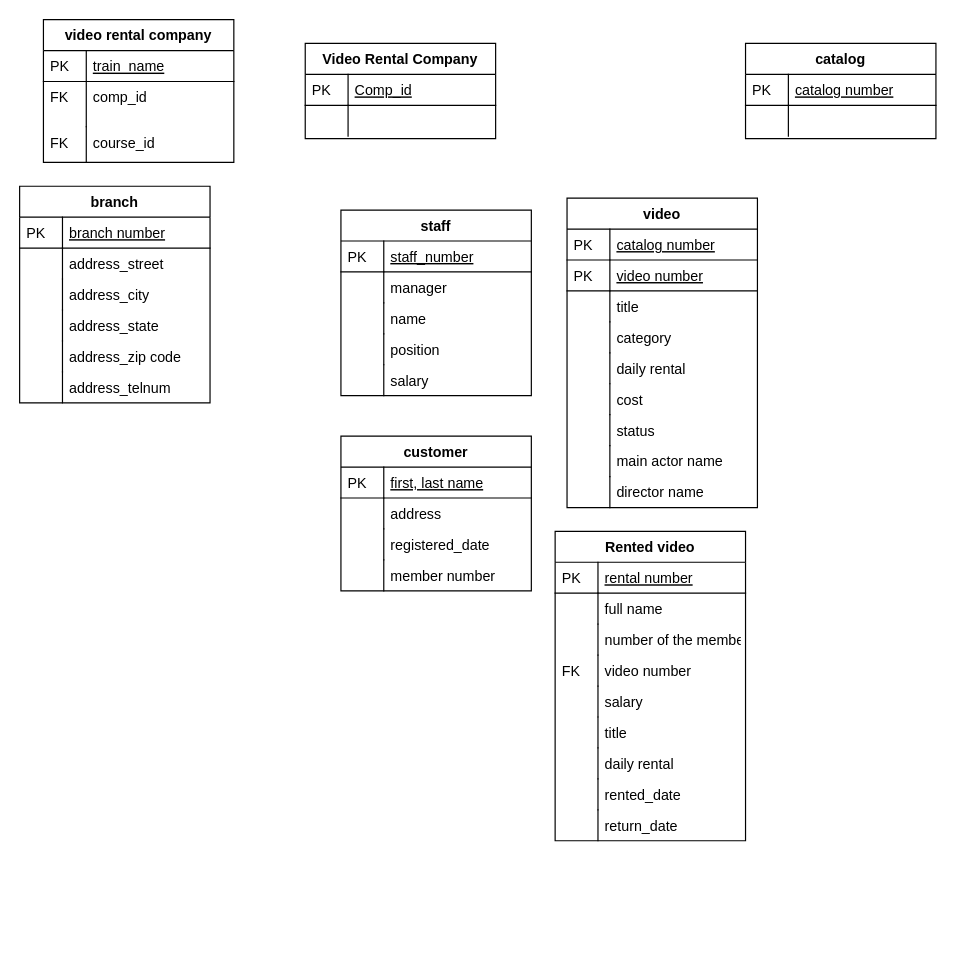
Earlier version of the draw.io diagram 5.drawio (ssd32033/Dteam). Source tidied: cells renumbered, new cells numbered last; positions are measured from the earlier drawing's top-left corner, leaving out a move shared by most shapes. Both pictures are drawn from the tidied source at 119%, with x=0, y=0 at pixel (19, 19).
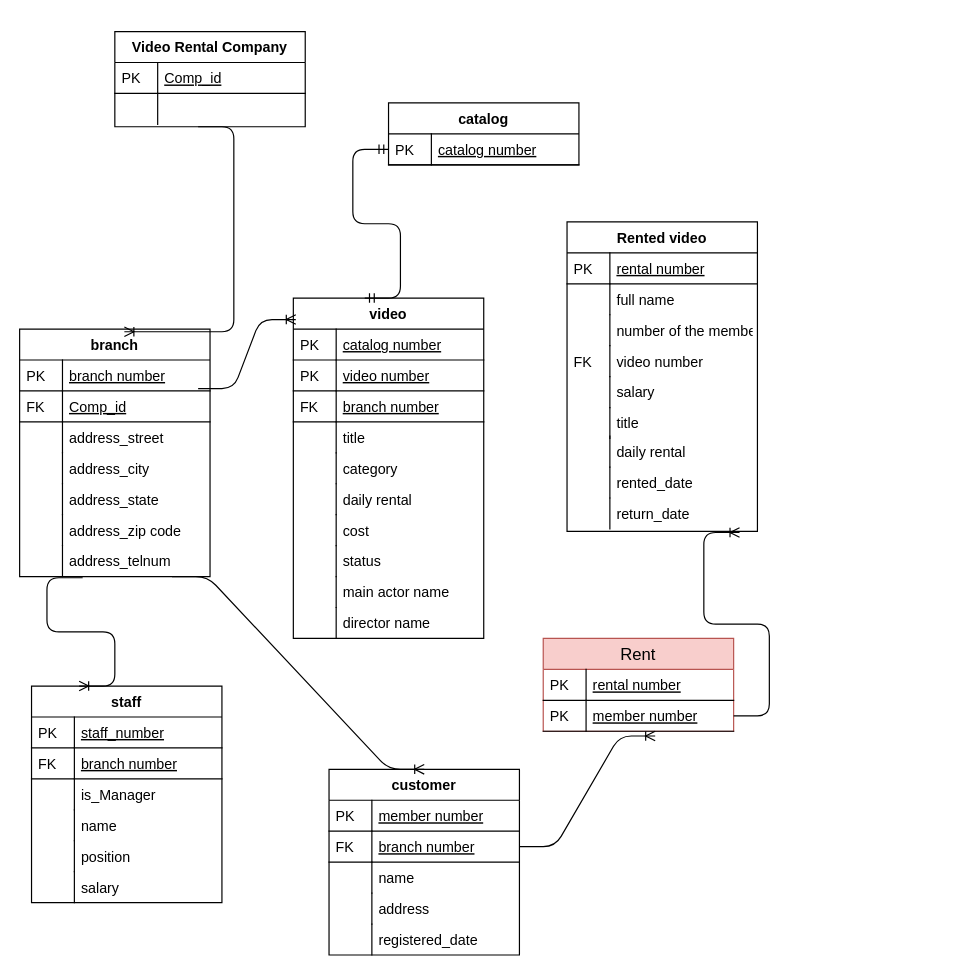
The same page after the edit.

The change refers to these unchanged cells:
```xml
<mxCell id="58" value="catalog number" style="shape=partialRectangle;top=0;left=0;right=0;bottom=1;align=left;verticalAlign=top;fillColor=none;spacingLeft=40;spacingRight=4;overflow=hidden;points=[[0,0.5],[1,0.5]];portConstraint=eastwest;rounded=0;shadow=0;strokeWidth=1;fontStyle=4;" parent="57" vertex="1">
  <mxGeometry y="26" width="160" height="26" as="geometry" />
</mxCell>
```

The edit, as a diff of the source:
```diff
@@
     <mxCell id="2" value="branch" style="swimlane;fontStyle=1;horizontal=1;startSize=26;rounded=0;shadow=0;strokeWidth=1;" parent="1" vertex="1">
-      <mxGeometry y="140" width="160" height="182" as="geometry" />
+      <mxGeometry y="260" width="160" height="208" as="geometry" />
     </mxCell>
@@
+    <mxCell id="90" value="Comp_id" style="shape=partialRectangle;top=0;left=0;right=0;bottom=1;align=left;verticalAlign=top;fillColor=none;spacingLeft=40;spacingRight=4;overflow=hidden;rounded=0;shadow=0;strokeWidth=1;fontStyle=4;" parent="2" vertex="1">
+      <mxGeometry y="52" width="160" height="26" as="geometry" />
+    </mxCell>
+    <mxCell id="91" value="FK" style="shape=partialRectangle;top=0;left=0;bottom=0;fillColor=none;align=left;verticalAlign=top;spacingLeft=4;spacingRight=4;overflow=hidden;" parent="90" vertex="1">
+      <mxGeometry width="36" height="26" as="geometry" />
+    </mxCell>
     <mxCell id="5" value="address_street&#10;&#10;&#10;" style="shape=partialRectangle;top=0;left=0;right=0;bottom=0;align=left;verticalAlign=top;fillColor=none;spacingLeft=40;spacingRight=4;overflow=hidden;rounded=0;shadow=0;strokeWidth=1;" parent="2" vertex="1">
-      <mxGeometry y="52" width="160" height="26" as="geometry" />
+      <mxGeometry y="78" width="160" height="26" as="geometry" />
     </mxCell>
@@
     <mxCell id="7" value="address_city" style="shape=partialRectangle;top=0;left=0;right=0;bottom=0;align=left;verticalAlign=top;fillColor=none;spacingLeft=40;spacingRight=4;overflow=hidden;rounded=0;shadow=0;strokeWidth=1;" parent="2" vertex="1">
-      <mxGeometry y="78" width="160" height="26" as="geometry" />
+      <mxGeometry y="104" width="160" height="26" as="geometry" />
     </mxCell>
@@
     <mxCell id="9" value="address_state" style="shape=partialRectangle;top=0;left=0;right=0;bottom=0;align=left;verticalAlign=top;fillColor=none;spacingLeft=40;spacingRight=4;overflow=hidden;rounded=0;shadow=0;strokeWidth=1;" parent="2" vertex="1">
-      <mxGeometry y="104" width="160" height="26" as="geometry" />
+      <mxGeometry y="130" width="160" height="26" as="geometry" />
     </mxCell>
@@
     <mxCell id="11" value="address_zip code" style="shape=partialRectangle;top=0;left=0;right=0;bottom=0;align=left;verticalAlign=top;fillColor=none;spacingLeft=40;spacingRight=4;overflow=hidden;rounded=0;shadow=0;strokeWidth=1;" parent="2" vertex="1">
-      <mxGeometry y="130" width="160" height="26" as="geometry" />
+      <mxGeometry y="156" width="160" height="26" as="geometry" />
     </mxCell>
@@
     <mxCell id="13" value="address_telnum" style="shape=partialRectangle;top=0;left=0;right=0;bottom=0;align=left;verticalAlign=top;fillColor=none;spacingLeft=40;spacingRight=4;overflow=hidden;points=[[0,0.5],[1,0.5]];portConstraint=eastwest;rounded=0;shadow=0;strokeWidth=1;" parent="2" vertex="1">
-      <mxGeometry y="156" width="160" height="26" as="geometry" />
+      <mxGeometry y="182" width="160" height="26" as="geometry" />
     </mxCell>
@@
     <mxCell id="15" value="Video Rental Company" style="swimlane;fontStyle=1;horizontal=1;startSize=26;rounded=0;shadow=0;strokeWidth=1;" parent="1" vertex="1">
-      <mxGeometry x="240" y="20" width="160" height="80" as="geometry" />
+      <mxGeometry x="80" y="10" width="160" height="80" as="geometry" />
     </mxCell>
@@
+    <mxCell id="92" style="edgeStyle=entityRelationEdgeStyle;fontSize=12;html=1;endArrow=ERoneToMany;entryX=0.55;entryY=0.011;entryDx=0;entryDy=0;entryPerimeter=0;" parent="15" edge="1" target="2">
+      <mxGeometry relative="1" as="geometry">
+        <mxPoint x="70" y="80" as="sourcePoint" />
+      </mxGeometry>
+    </mxCell>
@@
     <mxCell id="20" value="staff" style="swimlane;fontStyle=1;horizontal=1;startSize=26;rounded=0;shadow=0;strokeWidth=1;" parent="1" vertex="1">
-      <mxGeometry x="270" y="160" width="160" height="156" as="geometry" />
+      <mxGeometry x="10" y="560" width="160" height="182" as="geometry" />
     </mxCell>
@@
-    <mxCell id="23" value="manager" style="shape=partialRectangle;top=0;left=0;right=0;bottom=0;align=left;verticalAlign=top;fillColor=none;spacingLeft=40;spacingRight=4;overflow=hidden;rounded=0;shadow=0;strokeWidth=1;" parent="20" vertex="1">
-      <mxGeometry y="52" width="160" height="26" as="geometry" />
-    </mxCell>
-    <mxCell id="24" style="shape=partialRectangle;top=0;left=0;bottom=0;fillColor=none;align=left;verticalAlign=top;spacingLeft=4;spacingRight=4;overflow=hidden;" parent="23" vertex="1">
-      <mxGeometry width="36" height="26" as="geometry" />
-    </mxCell>
+    <mxCell id="93" value="branch number" style="shape=partialRectangle;top=0;left=0;right=0;bottom=1;align=left;verticalAlign=top;fillColor=none;spacingLeft=40;spacingRight=4;overflow=hidden;rounded=0;shadow=0;strokeWidth=1;fontStyle=4;" parent="20" vertex="1">
+      <mxGeometry y="52" width="160" height="26" as="geometry" />
+    </mxCell>
+    <mxCell id="94" value="FK" style="shape=partialRectangle;top=0;left=0;bottom=0;fillColor=none;align=left;verticalAlign=top;spacingLeft=4;spacingRight=4;overflow=hidden;" parent="93" vertex="1">
+      <mxGeometry width="36" height="26" as="geometry" />
+    </mxCell>
+    <mxCell id="95" value="is_Manager" style="shape=partialRectangle;top=0;left=0;right=0;bottom=0;align=left;verticalAlign=top;fillColor=none;spacingLeft=40;spacingRight=4;overflow=hidden;rounded=0;shadow=0;strokeWidth=1;" parent="20" vertex="1">
+      <mxGeometry y="78" width="160" height="26" as="geometry" />
+    </mxCell>
+    <mxCell id="96" style="shape=partialRectangle;top=0;left=0;bottom=0;fillColor=none;align=left;verticalAlign=top;spacingLeft=4;spacingRight=4;overflow=hidden;" parent="95" vertex="1">
+      <mxGeometry width="36" height="26" as="geometry" />
+    </mxCell>
     <mxCell id="25" value="name" style="shape=partialRectangle;top=0;left=0;right=0;bottom=0;align=left;verticalAlign=top;fillColor=none;spacingLeft=40;spacingRight=4;overflow=hidden;rounded=0;shadow=0;strokeWidth=1;" parent="20" vertex="1">
-      <mxGeometry y="78" width="160" height="26" as="geometry" />
+      <mxGeometry y="104" width="160" height="26" as="geometry" />
     </mxCell>
@@
     <mxCell id="27" value="position" style="shape=partialRectangle;top=0;left=0;right=0;bottom=0;align=left;verticalAlign=top;fillColor=none;spacingLeft=40;spacingRight=4;overflow=hidden;rounded=0;shadow=0;strokeWidth=1;" parent="20" vertex="1">
-      <mxGeometry y="104" width="160" height="26" as="geometry" />
+      <mxGeometry y="130" width="160" height="26" as="geometry" />
     </mxCell>
@@
     <mxCell id="29" value="salary" style="shape=partialRectangle;top=0;left=0;right=0;bottom=0;align=left;verticalAlign=top;fillColor=none;spacingLeft=40;spacingRight=4;overflow=hidden;rounded=0;shadow=0;strokeWidth=1;" parent="20" vertex="1">
-      <mxGeometry y="130" width="160" height="26" as="geometry" />
+      <mxGeometry y="156" width="160" height="26" as="geometry" />
     </mxCell>
@@
-    <mxCell id="31" value="video rental company" style="swimlane;fontStyle=1;horizontal=1;startSize=26;rounded=0;shadow=0;strokeWidth=1;" parent="1" vertex="1">
-      <mxGeometry x="20" width="160" height="120" as="geometry" />
-    </mxCell>
-    <mxCell id="32" value="train_name" style="shape=partialRectangle;top=0;left=0;right=0;bottom=1;align=left;verticalAlign=top;fillColor=none;spacingLeft=40;spacingRight=4;overflow=hidden;rounded=0;shadow=0;strokeWidth=1;fontStyle=4;" parent="31" vertex="1">
-      <mxGeometry y="26" width="160" height="26" as="geometry" />
-    </mxCell>
-    <mxCell id="33" value="PK" style="shape=partialRectangle;top=0;left=0;bottom=0;fillColor=none;align=left;verticalAlign=top;spacingLeft=4;spacingRight=4;overflow=hidden;" parent="32" vertex="1">
-      <mxGeometry width="36" height="26" as="geometry" />
-    </mxCell>
-    <mxCell id="34" value="comp_id" style="shape=partialRectangle;top=0;left=0;right=0;bottom=0;align=left;verticalAlign=top;fillColor=none;spacingLeft=40;spacingRight=4;overflow=hidden;rounded=0;shadow=0;strokeWidth=1;" parent="31" vertex="1">
-      <mxGeometry y="52" width="160" height="38" as="geometry" />
-    </mxCell>
-    <mxCell id="35" value="FK" style="shape=partialRectangle;top=0;left=0;bottom=0;fillColor=none;align=left;verticalAlign=top;spacingLeft=4;spacingRight=4;overflow=hidden;" parent="34" vertex="1">
-      <mxGeometry width="36" height="38" as="geometry" />
-    </mxCell>
-    <mxCell id="36" value="course_id" style="shape=partialRectangle;top=0;left=0;right=0;bottom=0;align=left;verticalAlign=top;fillColor=none;spacingLeft=40;spacingRight=4;overflow=hidden;rounded=0;shadow=0;strokeWidth=1;" parent="31" vertex="1">
-      <mxGeometry y="90" width="160" height="30" as="geometry" />
-    </mxCell>
-    <mxCell id="37" value="FK" style="shape=partialRectangle;top=0;left=0;bottom=0;fillColor=none;align=left;verticalAlign=top;spacingLeft=4;spacingRight=4;overflow=hidden;" parent="36" vertex="1">
-      <mxGeometry width="36" height="30" as="geometry" />
-    </mxCell>
     <mxCell id="38" value="video" style="swimlane;fontStyle=1;horizontal=1;startSize=26;rounded=0;shadow=0;strokeWidth=1;" parent="1" vertex="1">
-      <mxGeometry x="460" y="150" width="160" height="260" as="geometry" />
+      <mxGeometry x="230" y="234" width="160" height="286" as="geometry" />
     </mxCell>
@@
+    <mxCell id="97" value="branch number" style="shape=partialRectangle;top=0;left=0;right=0;bottom=1;align=left;verticalAlign=top;fillColor=none;spacingLeft=40;spacingRight=4;overflow=hidden;rounded=0;shadow=0;strokeWidth=1;fontStyle=4;" parent="38" vertex="1">
+      <mxGeometry y="78" width="160" height="26" as="geometry" />
+    </mxCell>
+    <mxCell id="98" value="FK" style="shape=partialRectangle;top=0;left=0;bottom=0;fillColor=none;align=left;verticalAlign=top;spacingLeft=4;spacingRight=4;overflow=hidden;" parent="97" vertex="1">
+      <mxGeometry width="36" height="26" as="geometry" />
+    </mxCell>
     <mxCell id="43" value="title" style="shape=partialRectangle;top=0;left=0;right=0;bottom=0;align=left;verticalAlign=top;fillColor=none;spacingLeft=40;spacingRight=4;overflow=hidden;rounded=0;shadow=0;strokeWidth=1;" parent="38" vertex="1">
-      <mxGeometry y="78" width="160" height="26" as="geometry" />
+      <mxGeometry y="104" width="160" height="26" as="geometry" />
     </mxCell>
@@
     <mxCell id="45" value="category" style="shape=partialRectangle;top=0;left=0;right=0;bottom=0;align=left;verticalAlign=top;fillColor=none;spacingLeft=40;spacingRight=4;overflow=hidden;rounded=0;shadow=0;strokeWidth=1;" parent="38" vertex="1">
-      <mxGeometry y="104" width="160" height="26" as="geometry" />
+      <mxGeometry y="130" width="160" height="26" as="geometry" />
     </mxCell>
@@
     <mxCell id="47" value="daily rental" style="shape=partialRectangle;top=0;left=0;right=0;bottom=0;align=left;verticalAlign=top;fillColor=none;spacingLeft=40;spacingRight=4;overflow=hidden;rounded=0;shadow=0;strokeWidth=1;" parent="38" vertex="1">
-      <mxGeometry y="130" width="160" height="26" as="geometry" />
+      <mxGeometry y="156" width="160" height="26" as="geometry" />
     </mxCell>
@@
     <mxCell id="49" value="cost" style="shape=partialRectangle;top=0;left=0;right=0;bottom=0;align=left;verticalAlign=top;fillColor=none;spacingLeft=40;spacingRight=4;overflow=hidden;rounded=0;shadow=0;strokeWidth=1;" parent="38" vertex="1">
-      <mxGeometry y="156" width="160" height="26" as="geometry" />
+      <mxGeometry y="182" width="160" height="26" as="geometry" />
     </mxCell>
@@
-    <mxCell id="51" value="status " style="shape=partialRectangle;top=0;left=0;right=0;bottom=0;align=left;verticalAlign=top;fillColor=none;spacingLeft=40;spacingRight=4;overflow=hidden;rounded=0;shadow=0;strokeWidth=1;" parent="38" vertex="1">
-      <mxGeometry y="182" width="160" height="26" as="geometry" />
+    <mxCell id="51" value="status" style="shape=partialRectangle;top=0;left=0;right=0;bottom=0;align=left;verticalAlign=top;fillColor=none;spacingLeft=40;spacingRight=4;overflow=hidden;rounded=0;shadow=0;strokeWidth=1;" parent="38" vertex="1">
+      <mxGeometry y="208" width="160" height="26" as="geometry" />
     </mxCell>
@@
     <mxCell id="53" value="main actor name" style="shape=partialRectangle;top=0;left=0;right=0;bottom=0;align=left;verticalAlign=top;fillColor=none;spacingLeft=40;spacingRight=4;overflow=hidden;rounded=0;shadow=0;strokeWidth=1;" parent="38" vertex="1">
-      <mxGeometry y="208" width="160" height="26" as="geometry" />
+      <mxGeometry y="234" width="160" height="26" as="geometry" />
     </mxCell>
@@
     <mxCell id="55" value="director name" style="shape=partialRectangle;top=0;left=0;right=0;bottom=0;align=left;verticalAlign=top;fillColor=none;spacingLeft=40;spacingRight=4;overflow=hidden;rounded=0;shadow=0;strokeWidth=1;" parent="38" vertex="1">
-      <mxGeometry y="234" width="160" height="26" as="geometry" />
+      <mxGeometry y="260" width="160" height="26" as="geometry" />
     </mxCell>
@@
     <mxCell id="57" value="catalog" style="swimlane;fontStyle=1;horizontal=1;startSize=26;rounded=0;shadow=0;strokeWidth=1;" parent="1" vertex="1">
-      <mxGeometry x="610" y="20" width="160" height="80" as="geometry" />
+      <mxGeometry x="310" y="70" width="160" height="52" as="geometry" />
     </mxCell>
@@
-    <mxCell id="60" style="shape=partialRectangle;top=0;left=0;right=0;bottom=0;align=left;verticalAlign=top;fillColor=none;spacingLeft=40;spacingRight=4;overflow=hidden;rounded=0;shadow=0;strokeWidth=1;" parent="57" vertex="1">
-      <mxGeometry y="52" width="160" height="26" as="geometry" />
-    </mxCell>
-    <mxCell id="61" style="shape=partialRectangle;top=0;left=0;bottom=0;fillColor=none;align=left;verticalAlign=top;spacingLeft=4;spacingRight=4;overflow=hidden;" parent="60" vertex="1">
-      <mxGeometry width="36" height="26" as="geometry" />
-    </mxCell>
     <mxCell id="62" value="customer" style="swimlane;fontStyle=1;horizontal=1;startSize=26;rounded=0;shadow=0;strokeWidth=1;" parent="1" vertex="1">
-      <mxGeometry x="270" y="350" width="160" height="130" as="geometry" />
+      <mxGeometry x="260" y="630" width="160" height="156" as="geometry" />
     </mxCell>
-    <mxCell id="63" value="first, last name" style="shape=partialRectangle;top=0;left=0;right=0;bottom=1;align=left;verticalAlign=top;fillColor=none;spacingLeft=40;spacingRight=4;overflow=hidden;rounded=0;shadow=0;strokeWidth=1;fontStyle=4;" parent="62" vertex="1">
+    <mxCell id="63" value="member number" style="shape=partialRectangle;top=0;left=0;right=0;bottom=1;align=left;verticalAlign=top;fillColor=none;spacingLeft=40;spacingRight=4;overflow=hidden;rounded=0;shadow=0;strokeWidth=1;fontStyle=4;" parent="62" vertex="1">
       <mxGeometry y="26" width="160" height="26" as="geometry" />
     </mxCell>
@@
+    <mxCell id="99" value="branch number" style="shape=partialRectangle;top=0;left=0;right=0;bottom=1;align=left;verticalAlign=top;fillColor=none;spacingLeft=40;spacingRight=4;overflow=hidden;points=[[0,0.5],[1,0.5]];portConstraint=eastwest;rounded=0;shadow=0;strokeWidth=1;fontStyle=4;" parent="62" vertex="1">
+      <mxGeometry y="52" width="160" height="26" as="geometry" />
+    </mxCell>
+    <mxCell id="100" value="FK" style="shape=partialRectangle;top=0;left=0;bottom=0;fillColor=none;align=left;verticalAlign=top;spacingLeft=4;spacingRight=4;overflow=hidden;" parent="99" vertex="1">
+      <mxGeometry width="36" height="26" as="geometry" />
+    </mxCell>
+    <mxCell id="69" value="name" style="shape=partialRectangle;top=0;left=0;right=0;bottom=0;align=left;verticalAlign=top;fillColor=none;spacingLeft=40;spacingRight=4;overflow=hidden;rounded=0;shadow=0;strokeWidth=1;" parent="62" vertex="1">
+      <mxGeometry y="78" width="160" height="26" as="geometry" />
+    </mxCell>
+    <mxCell id="70" style="shape=partialRectangle;top=0;left=0;bottom=0;fillColor=none;align=left;verticalAlign=top;spacingLeft=4;spacingRight=4;overflow=hidden;" parent="69" vertex="1">
+      <mxGeometry width="36" height="26" as="geometry" />
+    </mxCell>
     <mxCell id="65" value="address" style="shape=partialRectangle;top=0;left=0;right=0;bottom=0;align=left;verticalAlign=top;fillColor=none;spacingLeft=40;spacingRight=4;overflow=hidden;rounded=0;shadow=0;strokeWidth=1;" parent="62" vertex="1">
-      <mxGeometry y="52" width="160" height="26" as="geometry" />
+      <mxGeometry y="104" width="160" height="26" as="geometry" />
     </mxCell>
@@
     <mxCell id="67" value="registered_date" style="shape=partialRectangle;top=0;left=0;right=0;bottom=0;align=left;verticalAlign=top;fillColor=none;spacingLeft=40;spacingRight=4;overflow=hidden;rounded=0;shadow=0;strokeWidth=1;" parent="62" vertex="1">
-      <mxGeometry y="78" width="160" height="26" as="geometry" />
+      <mxGeometry y="130" width="160" height="26" as="geometry" />
     </mxCell>
@@
-    <mxCell id="69" value="member number" style="shape=partialRectangle;top=0;left=0;right=0;bottom=0;align=left;verticalAlign=top;fillColor=none;spacingLeft=40;spacingRight=4;overflow=hidden;rounded=0;shadow=0;strokeWidth=1;" parent="62" vertex="1">
-      <mxGeometry y="104" width="160" height="26" as="geometry" />
-    </mxCell>
-    <mxCell id="70" style="shape=partialRectangle;top=0;left=0;bottom=0;fillColor=none;align=left;verticalAlign=top;spacingLeft=4;spacingRight=4;overflow=hidden;" parent="69" vertex="1">
-      <mxGeometry width="36" height="26" as="geometry" />
-    </mxCell>
     <mxCell id="71" value="Rented  video" style="swimlane;fontStyle=1;horizontal=1;startSize=26;rounded=0;shadow=0;strokeWidth=1;" parent="1" vertex="1">
-      <mxGeometry x="450" y="430" width="160" height="260" as="geometry" />
+      <mxGeometry x="460" y="170" width="160" height="260" as="geometry" />
     </mxCell>
@@
     <mxCell id="82" value="title" style="shape=partialRectangle;top=0;left=0;right=0;bottom=0;align=left;verticalAlign=top;fillColor=none;spacingLeft=40;spacingRight=4;overflow=hidden;rounded=0;shadow=0;strokeWidth=1;" parent="71" vertex="1">
-      <mxGeometry y="156" width="160" height="26" as="geometry" />
+      <mxGeometry y="156" width="160" height="24" as="geometry" />
     </mxCell>
@@
     <mxCell id="84" value="daily rental" style="shape=partialRectangle;top=0;left=0;right=0;bottom=0;align=left;verticalAlign=top;fillColor=none;spacingLeft=40;spacingRight=4;overflow=hidden;rounded=0;shadow=0;strokeWidth=1;" parent="71" vertex="1">
-      <mxGeometry y="182" width="160" height="26" as="geometry" />
+      <mxGeometry y="180" width="160" height="26" as="geometry" />
     </mxCell>
@@
     <mxCell id="86" value="rented_date" style="shape=partialRectangle;top=0;left=0;right=0;bottom=0;align=left;verticalAlign=top;fillColor=none;spacingLeft=40;spacingRight=4;overflow=hidden;rounded=0;shadow=0;strokeWidth=1;" parent="71" vertex="1">
-      <mxGeometry y="208" width="160" height="26" as="geometry" />
+      <mxGeometry y="206" width="160" height="26" as="geometry" />
     </mxCell>
@@
     <mxCell id="88" value="return_date" style="shape=partialRectangle;top=0;left=0;right=0;bottom=0;align=left;verticalAlign=top;fillColor=none;spacingLeft=40;spacingRight=4;overflow=hidden;points=[[0,0.5],[1,0.5]];portConstraint=eastwest;rounded=0;shadow=0;strokeWidth=1;" parent="71" vertex="1">
-      <mxGeometry y="234" width="160" height="26" as="geometry" />
+      <mxGeometry y="232" width="160" height="26" as="geometry" />
     </mxCell>
@@
+    <mxCell id="101" style="edgeStyle=entityRelationEdgeStyle;fontSize=12;html=1;endArrow=ERoneToMany;entryX=0.25;entryY=0;entryDx=0;entryDy=0;exitX=0.331;exitY=1.038;exitDx=0;exitDy=0;exitPerimeter=0;" parent="1" edge="1" source="13" target="20">
+      <mxGeometry relative="1" as="geometry" />
+    </mxCell>
+    <mxCell id="102" style="edgeStyle=entityRelationEdgeStyle;fontSize=12;html=1;endArrow=ERoneToMany;entryX=0.013;entryY=0.063;entryDx=0;entryDy=0;entryPerimeter=0;" parent="1" edge="1" target="38">
+      <mxGeometry relative="1" as="geometry">
+        <mxPoint x="150" y="310" as="sourcePoint" />
+      </mxGeometry>
+    </mxCell>
+    <mxCell id="103" value="Rent" style="swimlane;fontStyle=0;horizontal=1;startSize=26;fillColor=#f8cecc;swimlaneFillColor=#ffffff;align=center;fontSize=14;strokeColor=#b85450;" parent="1" vertex="1">
+      <mxGeometry x="440" y="520" width="160" height="78" as="geometry" />
+    </mxCell>
+    <mxCell id="104" value="rental number" style="shape=partialRectangle;top=0;left=0;right=0;bottom=1;align=left;verticalAlign=top;fillColor=none;spacingLeft=40;spacingRight=4;overflow=hidden;rounded=0;shadow=0;strokeWidth=1;fontStyle=4;" parent="103" vertex="1">
+      <mxGeometry y="26" width="160" height="26" as="geometry" />
+    </mxCell>
+    <mxCell id="105" value="PK" style="shape=partialRectangle;top=0;left=0;bottom=0;fillColor=none;align=left;verticalAlign=top;spacingLeft=4;spacingRight=4;overflow=hidden;" parent="104" vertex="1">
+      <mxGeometry width="36" height="26" as="geometry" />
+    </mxCell>
+    <mxCell id="106" value="member number" style="shape=partialRectangle;top=0;left=0;right=0;bottom=1;align=left;verticalAlign=top;fillColor=none;spacingLeft=40;spacingRight=4;overflow=hidden;points=[[0,0.5],[1,0.5]];portConstraint=eastwest;rounded=0;shadow=0;strokeWidth=1;fontStyle=4;" parent="103" vertex="1">
+      <mxGeometry y="52" width="160" height="26" as="geometry" />
+    </mxCell>
+    <mxCell id="107" value="PK" style="shape=partialRectangle;top=0;left=0;bottom=0;fillColor=none;align=left;verticalAlign=top;spacingLeft=4;spacingRight=4;overflow=hidden;" parent="106" vertex="1">
+      <mxGeometry width="36" height="26" as="geometry" />
+    </mxCell>
+    <mxCell id="108" style="edgeStyle=entityRelationEdgeStyle;fontSize=12;html=1;endArrow=ERoneToMany;entryX=0.906;entryY=1.115;entryDx=0;entryDy=0;entryPerimeter=0;exitX=1;exitY=0.5;exitDx=0;exitDy=0;" parent="1" edge="1" source="106" target="88">
+      <mxGeometry relative="1" as="geometry" />
+    </mxCell>
+    <mxCell id="109" style="edgeStyle=entityRelationEdgeStyle;fontSize=12;html=1;endArrow=ERoneToMany;entryX=0.588;entryY=1.154;entryDx=0;entryDy=0;entryPerimeter=0;exitX=1;exitY=0.5;exitDx=0;exitDy=0;" parent="1" edge="1" source="99" target="106">
+      <mxGeometry relative="1" as="geometry" />
+    </mxCell>
+    <mxCell id="110" style="edgeStyle=entityRelationEdgeStyle;fontSize=12;html=1;endArrow=ERmandOne;startArrow=ERmandOne;" parent="1" edge="1" target="58">
+      <mxGeometry relative="1" as="geometry">
+        <mxPoint x="290" y="234" as="sourcePoint" />
+      </mxGeometry>
+    </mxCell>
+    <mxCell id="111" style="edgeStyle=entityRelationEdgeStyle;fontSize=12;html=1;endArrow=ERoneToMany;entryX=0.5;entryY=0;entryDx=0;entryDy=0;exitX=0.8;exitY=1;exitDx=0;exitDy=0;exitPerimeter=0;" parent="1" edge="1" source="13" target="62">
+      <mxGeometry relative="1" as="geometry" />
+    </mxCell>
```
